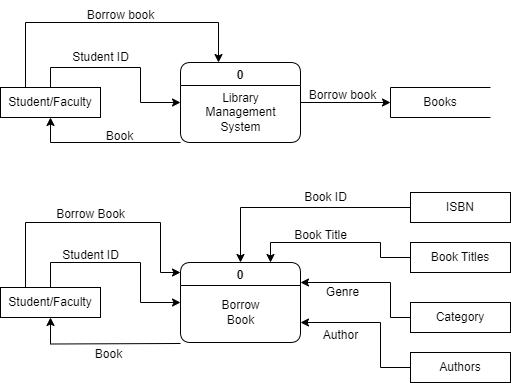
This is data_flow.drawio.png from Jayrou12345/Flowchart, a draw.io export, as it was before one commit. Source tidied: cells renumbered, new cells last; positions are measured from the earlier drawing's top-left corner, leaving out a move shared by most shapes.
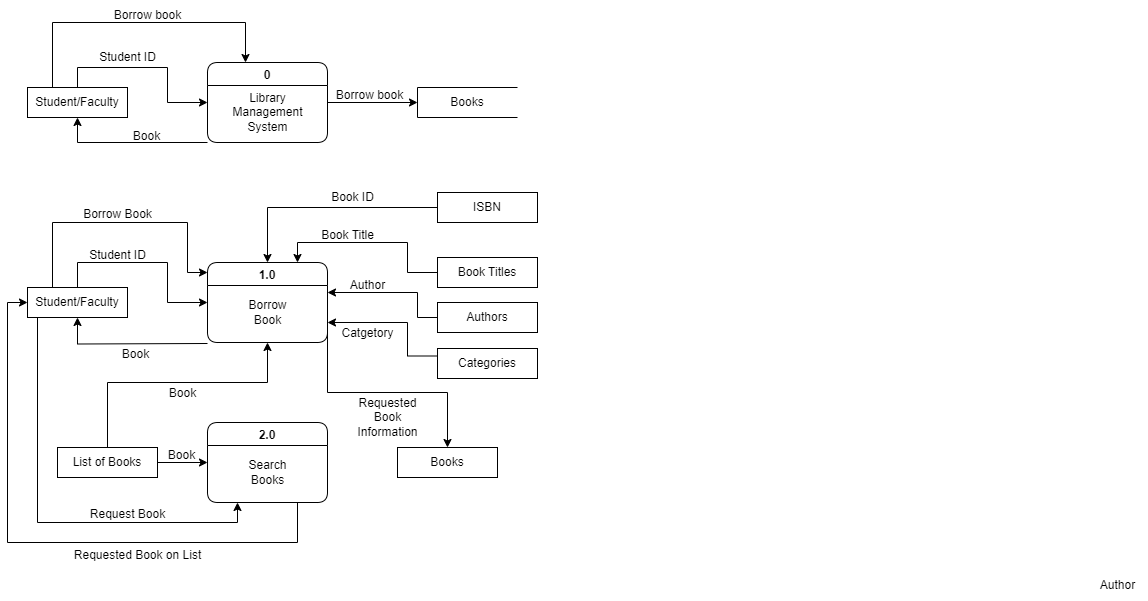
After the commit.

Change to the diagram source:
```diff
@@ -53,7 +53,15 @@
         <mxPoint x="180" y="343" as="sourcePoint" />
       </mxGeometry>
     </mxCell>
+    <mxCell id="35" style="edgeStyle=orthogonalEdgeStyle;rounded=0;jettySize=auto;html=1;exitX=1;exitY=0.75;exitDx=0;exitDy=0;entryX=0.5;entryY=0;entryDx=0;entryDy=0;" parent="1" edge="1" source="15" target="43">
+      <mxGeometry relative="1" as="geometry">
+        <Array as="points">
+          <mxPoint x="300" y="392" />
+          <mxPoint x="420" y="392" />
+        </Array>
+      </mxGeometry>
+    </mxCell>
-    <mxCell id="15" value="0" style="swimlane;rounded=1;" parent="1" vertex="1">
+    <mxCell id="15" value="1.0" style="swimlane;rounded=1;" parent="1" vertex="1">
       <mxGeometry x="180" y="262" width="120" height="80" as="geometry" />
     </mxCell>
     <mxCell id="16" value="Borrow&lt;br&gt;Book" style="text;html=1;align=center;verticalAlign=middle;strokeColor=none;fillColor=none;" parent="15" vertex="1">
@@ -78,6 +86,15 @@
         </Array>
       </mxGeometry>
     </mxCell>
+    <mxCell id="36" style="edgeStyle=orthogonalEdgeStyle;rounded=0;jettySize=auto;html=1;exitX=0.25;exitY=1;exitDx=0;exitDy=0;entryX=0.25;entryY=1;entryDx=0;entryDy=0;" parent="1" edge="1" source="19" target="38">
+      <mxGeometry relative="1" as="geometry">
+        <Array as="points">
+          <mxPoint x="10" y="317" />
+          <mxPoint x="10" y="522" />
+          <mxPoint x="210" y="522" />
+        </Array>
+      </mxGeometry>
+    </mxCell>
     <mxCell id="19" value="Student/Faculty" style="html=1;dashed=0;whiteSpace=wrap;" parent="1" vertex="1">
       <mxGeometry y="287" width="100" height="30" as="geometry" />
     </mxCell>
@@ -90,48 +107,34 @@
     <mxCell id="22" style="edgeStyle=orthogonalEdgeStyle;rounded=0;jettySize=auto;html=1;exitX=0;exitY=0.5;exitDx=0;exitDy=0;entryX=0.75;entryY=0;entryDx=0;entryDy=0;" parent="1" edge="1" source="23" target="15">
       <mxGeometry relative="1" as="geometry">
         <Array as="points">
-          <mxPoint x="380" y="257" />
+          <mxPoint x="380" y="272" />
           <mxPoint x="380" y="242" />
           <mxPoint x="270" y="242" />
         </Array>
       </mxGeometry>
     </mxCell>
     <mxCell id="23" value="Book Titles" style="html=1;dashed=0;whiteSpace=wrap;" parent="1" vertex="1">
-      <mxGeometry x="410" y="242" width="100" height="30" as="geometry" />
+      <mxGeometry x="410" y="257" width="100" height="30" as="geometry" />
     </mxCell>
-    <mxCell id="24" style="edgeStyle=orthogonalEdgeStyle;rounded=0;jettySize=auto;html=1;exitX=0;exitY=0.5;exitDx=0;exitDy=0;entryX=1;entryY=0.75;entryDx=0;entryDy=0;" parent="1" edge="1" source="25" target="15">
+    <mxCell id="24" style="edgeStyle=orthogonalEdgeStyle;rounded=0;jettySize=auto;html=1;exitX=0;exitY=0.25;exitDx=0;exitDy=0;entryX=1;entryY=0.75;entryDx=0;entryDy=0;" parent="1" edge="1" source="25" target="15">
       <mxGeometry relative="1" as="geometry">
         <Array as="points">
-          <mxPoint x="380" y="367" />
+          <mxPoint x="380" y="356" />
           <mxPoint x="380" y="322" />
         </Array>
       </mxGeometry>
     </mxCell>
-    <mxCell id="25" value="Authors" style="html=1;dashed=0;whiteSpace=wrap;" parent="1" vertex="1">
-      <mxGeometry x="410" y="352" width="100" height="30" as="geometry" />
+    <mxCell id="25" value="Categories" style="html=1;dashed=0;whiteSpace=wrap;" parent="1" vertex="1">
+      <mxGeometry x="410" y="348" width="100" height="30" as="geometry" />
     </mxCell>
-    <mxCell id="26" style="edgeStyle=orthogonalEdgeStyle;rounded=0;jettySize=auto;html=1;exitX=0;exitY=0.5;exitDx=0;exitDy=0;entryX=1;entryY=0.25;entryDx=0;entryDy=0;" parent="1" edge="1" source="27" target="15">
-      <mxGeometry relative="1" as="geometry">
-        <Array as="points">
-          <mxPoint x="390" y="317" />
-          <mxPoint x="390" y="282" />
-        </Array>
-      </mxGeometry>
-    </mxCell>
-    <mxCell id="27" value="Category" style="html=1;dashed=0;whiteSpace=wrap;" parent="1" vertex="1">
-      <mxGeometry x="410" y="302" width="100" height="30" as="geometry" />
-    </mxCell>
     <mxCell id="28" value="Book ID" style="text;html=1;align=center;verticalAlign=middle;strokeColor=none;fillColor=none;" parent="1" vertex="1">
       <mxGeometry x="290" y="182" width="70" height="30" as="geometry" />
     </mxCell>
     <mxCell id="29" value="Book Title" style="text;html=1;align=center;verticalAlign=middle;strokeColor=none;fillColor=none;" parent="1" vertex="1">
       <mxGeometry x="280" y="220" width="80" height="30" as="geometry" />
     </mxCell>
-    <mxCell id="30" value="Genre" style="text;html=1;align=center;verticalAlign=middle;strokeColor=none;fillColor=none;" parent="1" vertex="1">
-      <mxGeometry x="312" y="277" width="60" height="30" as="geometry" />
-    </mxCell>
     <mxCell id="31" value="Author" style="text;html=1;align=center;verticalAlign=middle;strokeColor=none;fillColor=none;" parent="1" vertex="1">
-      <mxGeometry x="310" y="320" width="60" height="30" as="geometry" />
+      <mxGeometry x="1060" y="570" width="60" height="30" as="geometry" />
     </mxCell>
     <mxCell id="32" value="Borrow Book" style="text;html=1;align=center;verticalAlign=middle;strokeColor=none;fillColor=none;" parent="1" vertex="1">
       <mxGeometry x="45" y="199" width="90" height="30" as="geometry" />
@@ -142,5 +145,71 @@
     <mxCell id="34" value="Book" style="text;html=1;align=center;verticalAlign=middle;strokeColor=none;fillColor=none;" parent="1" vertex="1">
       <mxGeometry x="83" y="339" width="50" height="30" as="geometry" />
     </mxCell>
+    <mxCell id="37" style="edgeStyle=orthogonalEdgeStyle;rounded=0;jettySize=auto;html=1;exitX=0.75;exitY=1;exitDx=0;exitDy=0;entryX=0;entryY=0.5;entryDx=0;entryDy=0;" parent="1" edge="1" source="38" target="19">
+      <mxGeometry relative="1" as="geometry">
+        <Array as="points">
+          <mxPoint x="270" y="542" />
+          <mxPoint x="-20" y="542" />
+          <mxPoint x="-20" y="302" />
+        </Array>
+      </mxGeometry>
+    </mxCell>
+    <mxCell id="38" value="2.0" style="swimlane;rounded=1;" parent="1" vertex="1">
+      <mxGeometry x="180" y="422" width="120" height="80" as="geometry" />
+    </mxCell>
+    <mxCell id="39" value="Search&lt;br&gt;Books" style="text;html=1;align=center;verticalAlign=middle;strokeColor=none;fillColor=none;" parent="38" vertex="1">
+      <mxGeometry x="30" y="30" width="60" height="40" as="geometry" />
+    </mxCell>
+    <mxCell id="40" style="edgeStyle=orthogonalEdgeStyle;rounded=0;jettySize=auto;html=1;exitX=1;exitY=0.5;exitDx=0;exitDy=0;entryX=0;entryY=0.5;entryDx=0;entryDy=0;" parent="1" edge="1" source="42" target="38">
+      <mxGeometry relative="1" as="geometry" />
+    </mxCell>
+    <mxCell id="41" style="edgeStyle=orthogonalEdgeStyle;rounded=0;jettySize=auto;html=1;exitX=0.5;exitY=0;exitDx=0;exitDy=0;entryX=0.5;entryY=1;entryDx=0;entryDy=0;" parent="1" edge="1" source="42" target="15">
+      <mxGeometry relative="1" as="geometry">
+        <Array as="points">
+          <mxPoint x="80" y="382" />
+          <mxPoint x="240" y="382" />
+        </Array>
+      </mxGeometry>
+    </mxCell>
+    <mxCell id="42" value="List of Books" style="html=1;dashed=0;whiteSpace=wrap;" parent="1" vertex="1">
+      <mxGeometry x="30" y="447" width="100" height="30" as="geometry" />
+    </mxCell>
+    <mxCell id="43" value="Books" style="html=1;dashed=0;whiteSpace=wrap;" parent="1" vertex="1">
+      <mxGeometry x="370" y="447" width="100" height="30" as="geometry" />
+    </mxCell>
+    <mxCell id="44" value="Request Book" style="text;html=1;align=center;verticalAlign=middle;strokeColor=none;fillColor=none;" parent="1" vertex="1">
+      <mxGeometry x="50" y="499" width="100" height="30" as="geometry" />
+    </mxCell>
+    <mxCell id="45" value="Requested Book on List" style="text;html=1;align=center;verticalAlign=middle;strokeColor=none;fillColor=none;" parent="1" vertex="1">
+      <mxGeometry x="35" y="540" width="150" height="30" as="geometry" />
+    </mxCell>
+    <mxCell id="46" value="Book" style="text;html=1;align=center;verticalAlign=middle;strokeColor=none;fillColor=none;" parent="1" vertex="1">
+      <mxGeometry x="130" y="378" width="50" height="30" as="geometry" />
+    </mxCell>
+    <mxCell id="47" value="Book" style="text;html=1;align=center;verticalAlign=middle;strokeColor=none;fillColor=none;" parent="1" vertex="1">
+      <mxGeometry x="129" y="440" width="50" height="30" as="geometry" />
+    </mxCell>
+    <mxCell id="48" value="Requested &lt;br&gt;Book&lt;br&gt;Information" style="text;html=1;align=center;verticalAlign=middle;strokeColor=none;fillColor=none;" parent="1" vertex="1">
+      <mxGeometry x="320" y="387" width="80" height="60" as="geometry" />
+    </mxCell>
+    <mxCell id="49" style="edgeStyle=orthogonalEdgeStyle;rounded=0;jettySize=auto;html=1;exitX=0;exitY=0.5;exitDx=0;exitDy=0;" parent="1" edge="1" source="50">
+      <mxGeometry relative="1" as="geometry">
+        <mxPoint x="300" y="292" as="targetPoint" />
+        <Array as="points">
+          <mxPoint x="390" y="317" />
+          <mxPoint x="390" y="292" />
+          <mxPoint x="300" y="292" />
+        </Array>
+      </mxGeometry>
+    </mxCell>
+    <mxCell id="50" value="Authors" style="html=1;dashed=0;whiteSpace=wrap;" parent="1" vertex="1">
+      <mxGeometry x="410" y="302" width="100" height="30" as="geometry" />
+    </mxCell>
+    <mxCell id="51" value="Author" style="text;html=1;align=center;verticalAlign=middle;strokeColor=none;fillColor=none;" parent="1" vertex="1">
+      <mxGeometry x="310" y="270" width="60" height="30" as="geometry" />
+    </mxCell>
+    <mxCell id="52" value="Catgetory" style="text;html=1;align=center;verticalAlign=middle;strokeColor=none;fillColor=none;" parent="1" vertex="1">
+      <mxGeometry x="300" y="318" width="80" height="30" as="geometry" />
+    </mxCell>
   </root>
 </mxGraphModel>
```
